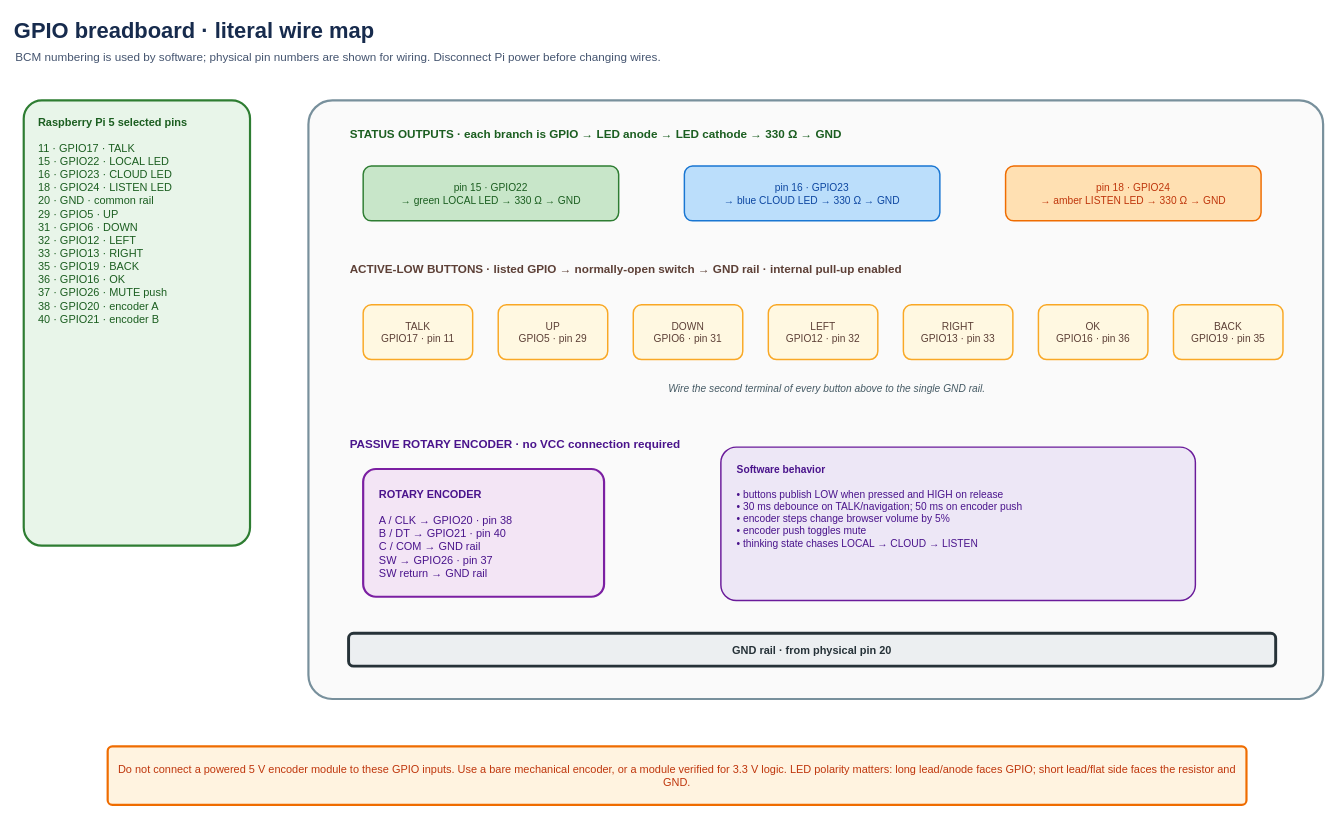
MxGenius-io/mxgenius.io keeps this draw.io diagram as page "2 · GPIO breadboard" (2 of 3) of services/xr-diagnostics-kiosk/docs/xdrive-voice-breadboard.drawio. Above is the earlier version. Source tidied: cells renumbered, new cells numbered last; positions are measured from the earlier drawing's top-left corner, leaving out a move shared by most shapes. Both pictures are drawn from the tidied source at 73%, with x=0, y=0 at pixel (12, 12).
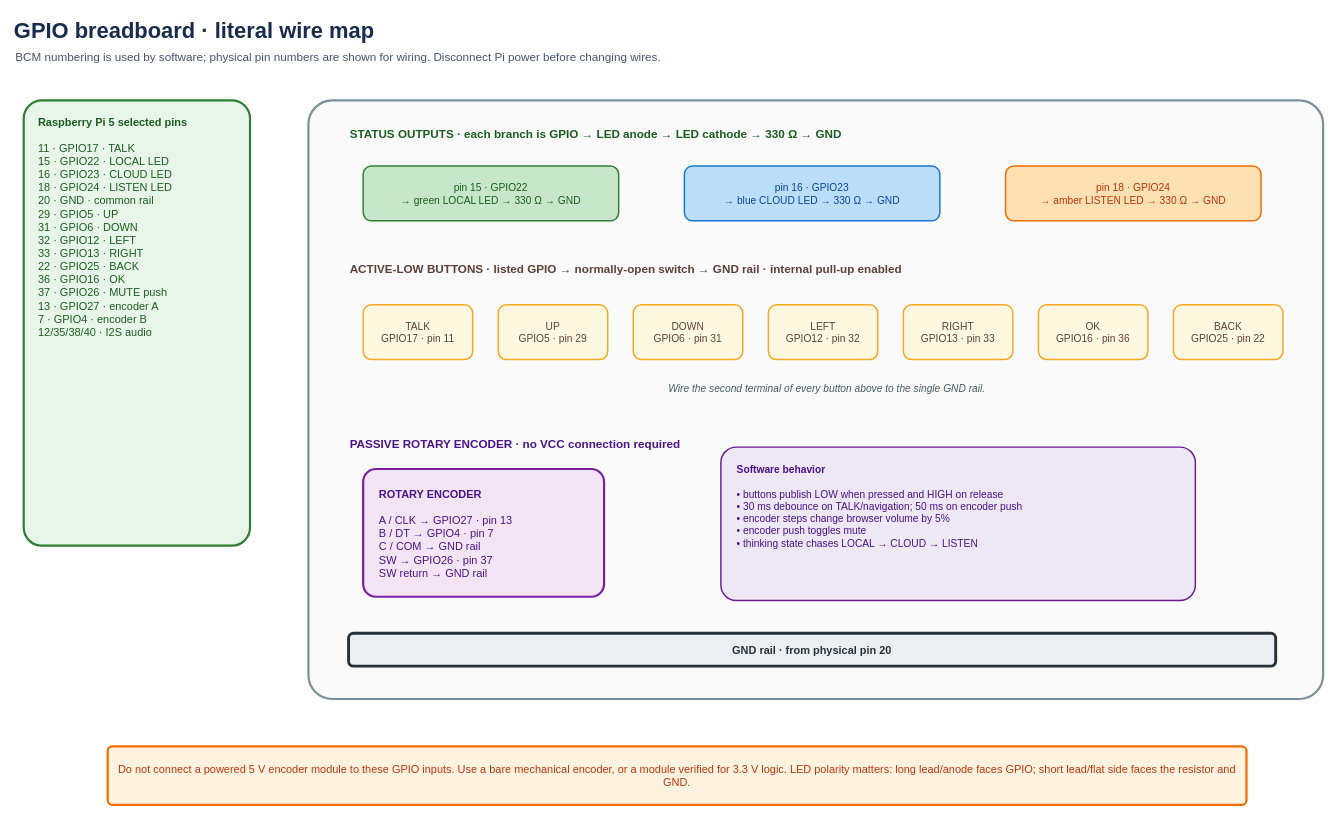
The same diagram, later.

Change to the diagram source:
```diff
@@
-    <mxCell id="4" value="&lt;b&gt;Raspberry Pi 5 selected pins&lt;/b&gt;&lt;br&gt;&lt;br&gt;11 · GPIO17 · TALK&lt;br&gt;15 · GPIO22 · LOCAL LED&lt;br&gt;16 · GPIO23 · CLOUD LED&lt;br&gt;18 · GPIO24 · LISTEN LED&lt;br&gt;20 · GND · common rail&lt;br&gt;29 · GPIO5 · UP&lt;br&gt;31 · GPIO6 · DOWN&lt;br&gt;32 · GPIO12 · LEFT&lt;br&gt;33 · GPIO13 · RIGHT&lt;br&gt;35 · GPIO19 · BACK&lt;br&gt;36 · GPIO16 · OK&lt;br&gt;37 · GPIO26 · MUTE push&lt;br&gt;38 · GPIO20 · encoder A&lt;br&gt;40 · GPIO21 · encoder B" style="rounded=1;whiteSpace=wrap;html=1;fillColor=#E8F5E9;strokeColor=#2E7D32;strokeWidth=3;fontColor=#1B5E20;fontSize=15;align=left;spacingLeft=18;verticalAlign=top;spacingTop=14;arcSize=8;" parent="1" vertex="1">
+    <mxCell id="4" value="&lt;b&gt;Raspberry Pi 5 selected pins&lt;/b&gt;&lt;br&gt;&lt;br&gt;11 · GPIO17 · TALK&lt;br&gt;15 · GPIO22 · LOCAL LED&lt;br&gt;16 · GPIO23 · CLOUD LED&lt;br&gt;18 · GPIO24 · LISTEN LED&lt;br&gt;20 · GND · common rail&lt;br&gt;29 · GPIO5 · UP&lt;br&gt;31 · GPIO6 · DOWN&lt;br&gt;32 · GPIO12 · LEFT&lt;br&gt;33 · GPIO13 · RIGHT&lt;br&gt;22 · GPIO25 · BACK&lt;br&gt;36 · GPIO16 · OK&lt;br&gt;37 · GPIO26 · MUTE push&lt;br&gt;13 · GPIO27 · encoder A&lt;br&gt;7 · GPIO4 · encoder B&lt;br&gt;12/35/38/40 · I2S audio" style="rounded=1;whiteSpace=wrap;html=1;fillColor=#E8F5E9;strokeColor=#2E7D32;strokeWidth=3;fontColor=#1B5E20;fontSize=15;align=left;spacingLeft=18;verticalAlign=top;spacingTop=14;arcSize=8;" parent="1" vertex="1">
       <mxGeometry x="15" y="120" width="310" height="610" as="geometry" />
     </mxCell>
@@
-    <mxCell id="18" value="BACK&lt;br&gt;GPIO19 · pin 35" style="rounded=1;whiteSpace=wrap;html=1;fillColor=#FFF8E1;strokeColor=#F9A825;strokeWidth=2;fontColor=#5D4037;fontSize=14;" parent="1" vertex="1">
+    <mxCell id="18" value="BACK&lt;br&gt;GPIO25 · pin 22" style="rounded=1;whiteSpace=wrap;html=1;fillColor=#FFF8E1;strokeColor=#F9A825;strokeWidth=2;fontColor=#5D4037;fontSize=14;" parent="1" vertex="1">
       <mxGeometry x="1590" y="400" width="150" height="75" as="geometry" />
     </mxCell>
@@
-    <mxCell id="21" value="&lt;b&gt;ROTARY ENCODER&lt;/b&gt;&lt;br&gt;&lt;br&gt;A / CLK → GPIO20 · pin 38&lt;br&gt;B / DT → GPIO21 · pin 40&lt;br&gt;C / COM → GND rail&lt;br&gt;SW → GPIO26 · pin 37&lt;br&gt;SW return → GND rail" style="rounded=1;whiteSpace=wrap;html=1;fillColor=#F3E5F5;strokeColor=#7B1FA2;strokeWidth=3;fontColor=#4A148C;fontSize=15;align=left;spacingLeft=20;arcSize=10;" parent="1" vertex="1">
+    <mxCell id="21" value="&lt;b&gt;ROTARY ENCODER&lt;/b&gt;&lt;br&gt;&lt;br&gt;A / CLK → GPIO27 · pin 13&lt;br&gt;B / DT → GPIO4 · pin 7&lt;br&gt;C / COM → GND rail&lt;br&gt;SW → GPIO26 · pin 37&lt;br&gt;SW return → GND rail" style="rounded=1;whiteSpace=wrap;html=1;fillColor=#F3E5F5;strokeColor=#7B1FA2;strokeWidth=3;fontColor=#4A148C;fontSize=15;align=left;spacingLeft=20;arcSize=10;" parent="1" vertex="1">
       <mxGeometry x="480" y="625" width="330" height="175" as="geometry" />
     </mxCell>
```
